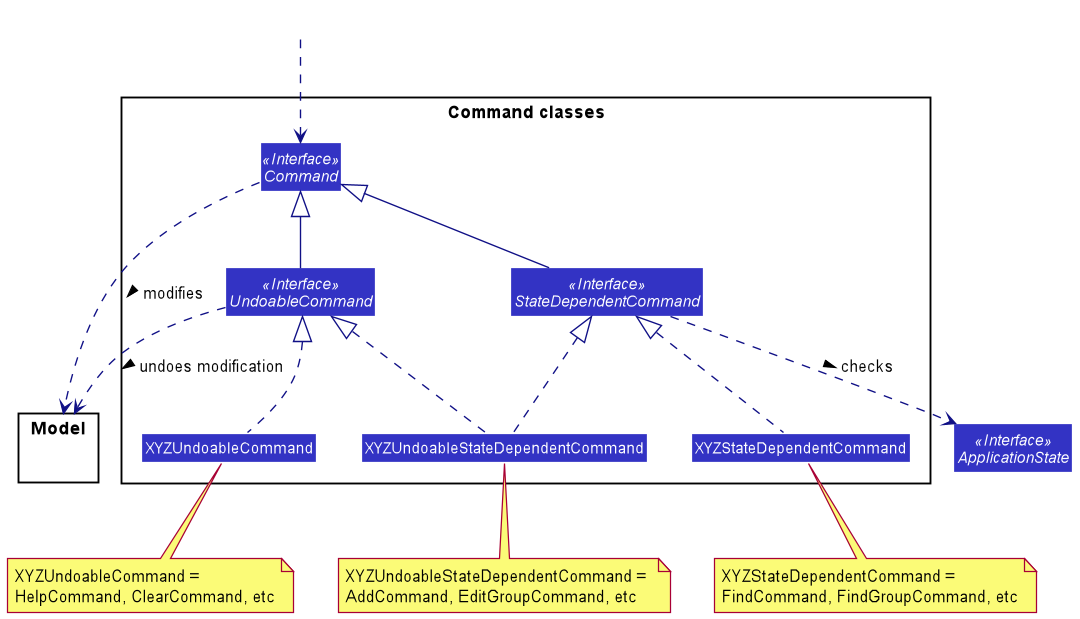
Above: docs/images/CommandClassDiagram.png in thanwinnikki/tp (PlantUML), before the change. Its diagram source:
```plantuml
@startuml
!include style.puml
skinparam arrowThickness 1.1
skinparam arrowColor LOGIC_COLOR_T4
skinparam classBackgroundColor LOGIC_COLOR

package "Command classes" as CommandClasses {

Interface Command <<Interface>>
Interface StateDependentCommand <<Interface>>
Interface UndoableCommand <<Interface>>
Class XYZStateDependentCommand
Class XYZUndoableCommand
Class XYZUndoableStateDependentCommand
}

package Model {
}

Interface ApplicationState <<Interface>>

Class HiddenOutside #FFFFFF
HiddenOutside ..> Command

Command ..> Model : modifies >

StateDependentCommand -up-|> Command
StateDependentCommand ..> ApplicationState : checks >

UndoableCommand -up-|> Command
UndoableCommand ..> Model : undoes modification >

XYZStateDependentCommand .up.|> StateDependentCommand
note bottom of XYZStateDependentCommand: XYZStateDependentCommand = \nFindCommand, FindGroupCommand, etc

XYZUndoableCommand .up.|> UndoableCommand
note bottom of XYZUndoableCommand: XYZUndoableCommand = \nHelpCommand, ClearCommand, etc

XYZUndoableStateDependentCommand .up.|> StateDependentCommand
XYZUndoableStateDependentCommand .up.|> UndoableCommand
note bottom of XYZUndoableStateDependentCommand: XYZUndoableStateDependentCommand = \nAddCommand, EditGroupCommand, etc
@enduml
```
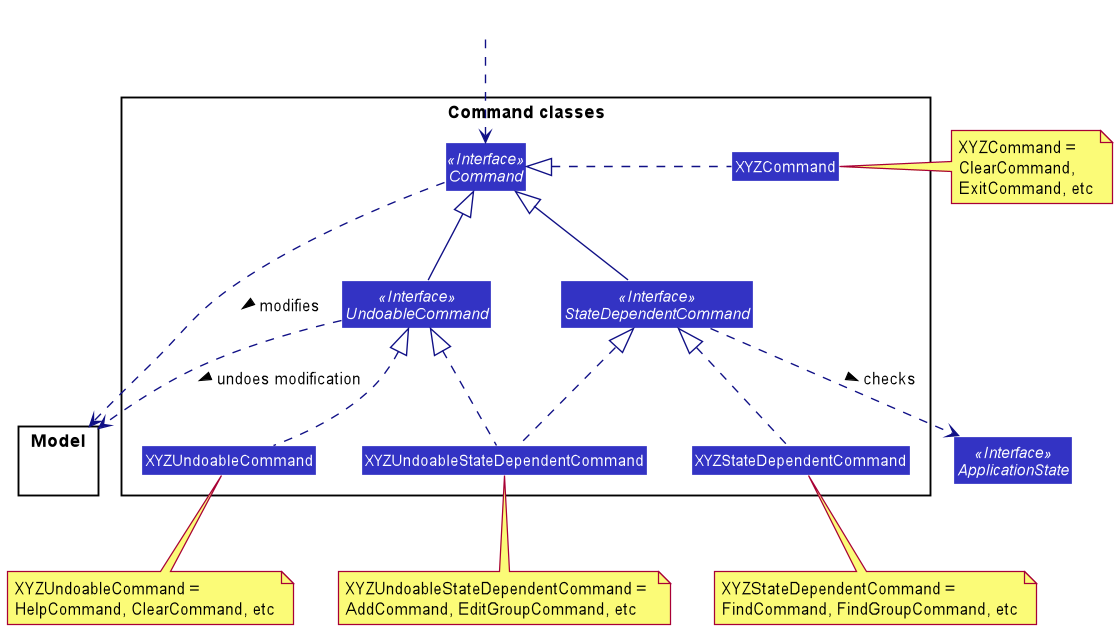
The same diagram one commit later.

Commit message:
Update developer guide command class diagram

Change to the diagram source:
```diff
@@ -9,6 +9,7 @@
 Interface Command <<Interface>>
 Interface StateDependentCommand <<Interface>>
 Interface UndoableCommand <<Interface>>
+Class XYZCommand
 Class XYZStateDependentCommand
 Class XYZUndoableCommand
 Class XYZUndoableStateDependentCommand
@@ -30,6 +31,9 @@
 UndoableCommand -up-|> Command
 UndoableCommand ..> Model : undoes modification >
 
+XYZCommand .left.|> Command
+note right of XYZCommand: XYZCommand = \nClearCommand, \nExitCommand, etc
+
 XYZStateDependentCommand .up.|> StateDependentCommand
 note bottom of XYZStateDependentCommand: XYZStateDependentCommand = \nFindCommand, FindGroupCommand, etc
 
```
